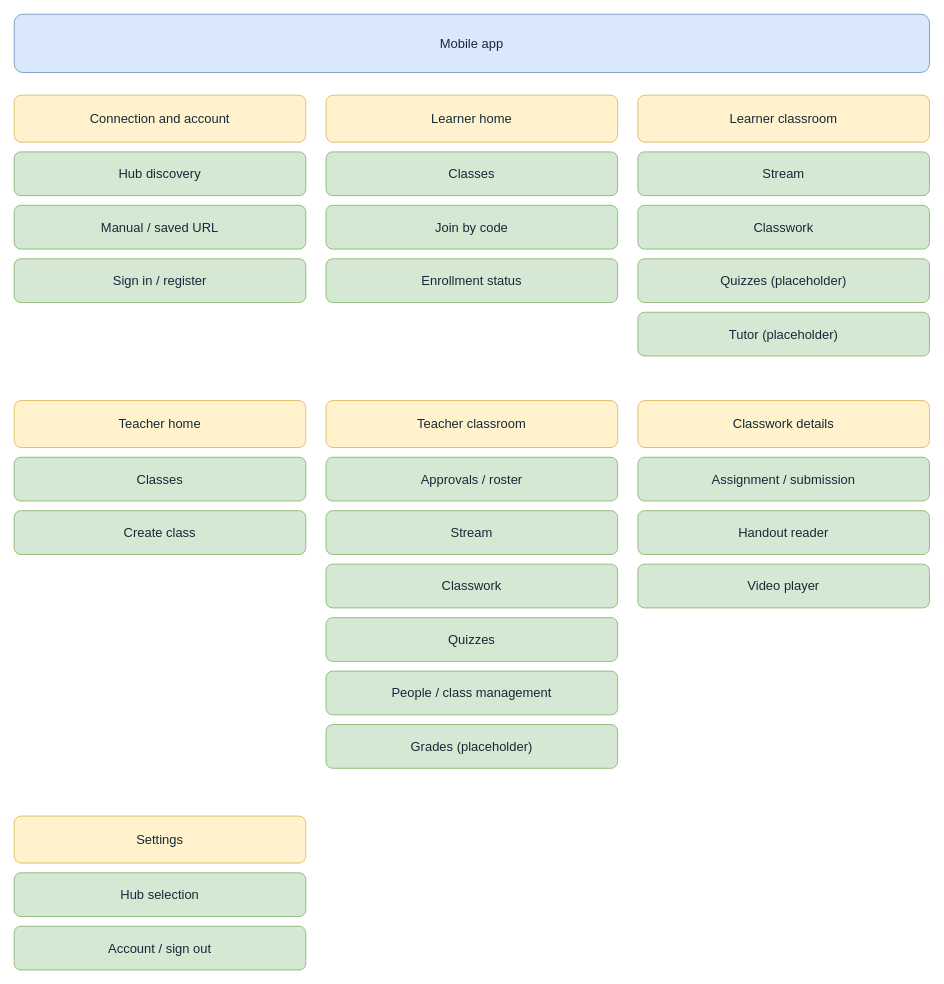
Above: docs/thesis/chapter-3/diagrams/sitemap-mobile.drawio in BootlegYouki/L.A.R.A (draw.io), before the change. Source tidied: cells renumbered, new cells numbered last; positions are measured from the earlier drawing's top-left corner, leaving out a move shared by most shapes. Both pictures are drawn from the tidied source at 81%, with x=0, y=0 at pixel (14, 14).
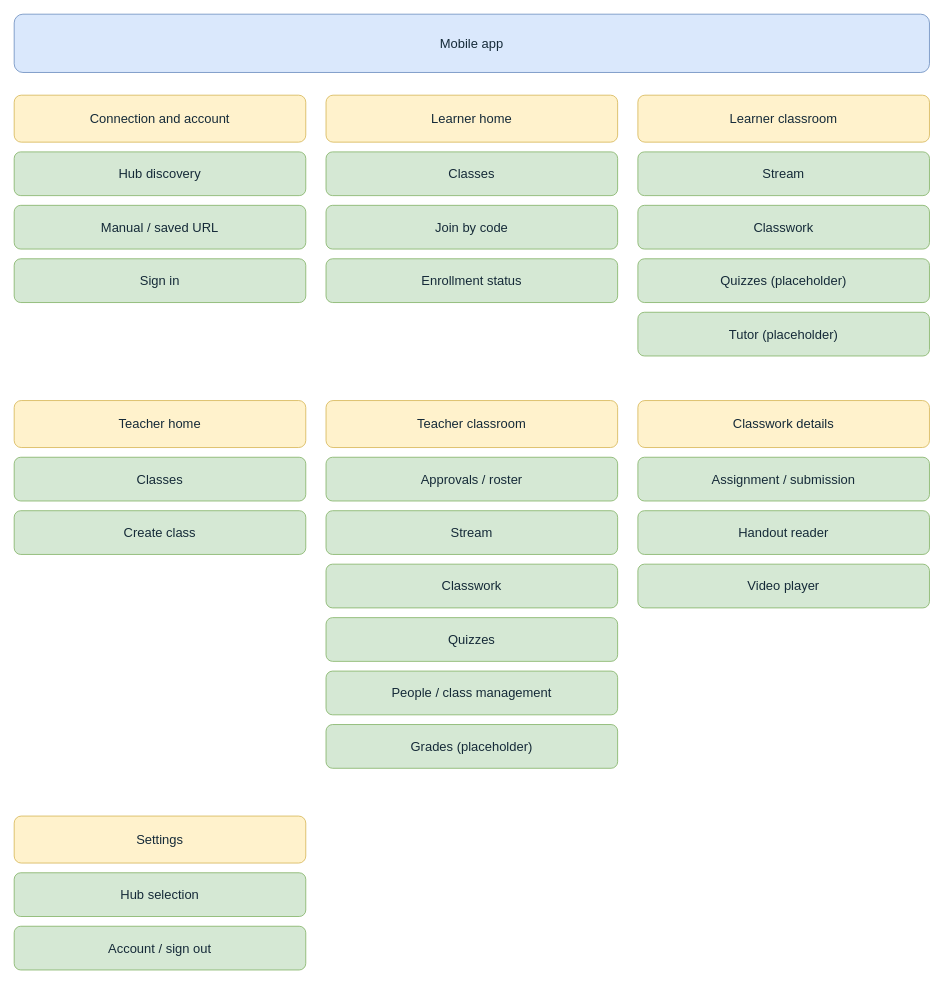
The same diagram, later.

What changed in the source:
```diff
@@
-    <mxCell id="6" value="Sign in / register" style="rounded=1;whiteSpace=wrap;html=1;fillColor=#d5e8d4;strokeColor=#82b366;fontColor=#152a38;fontSize=16;align=center;verticalAlign=middle;spacing=8;" parent="1" vertex="1">
+    <mxCell id="6" value="Sign in" style="rounded=1;whiteSpace=wrap;html=1;fillColor=#d5e8d4;strokeColor=#82b366;fontColor=#152a38;fontSize=16;align=center;verticalAlign=middle;spacing=8;" parent="1" vertex="1">
       <mxGeometry y="302" width="360" height="54" as="geometry" />
     </mxCell>
```
